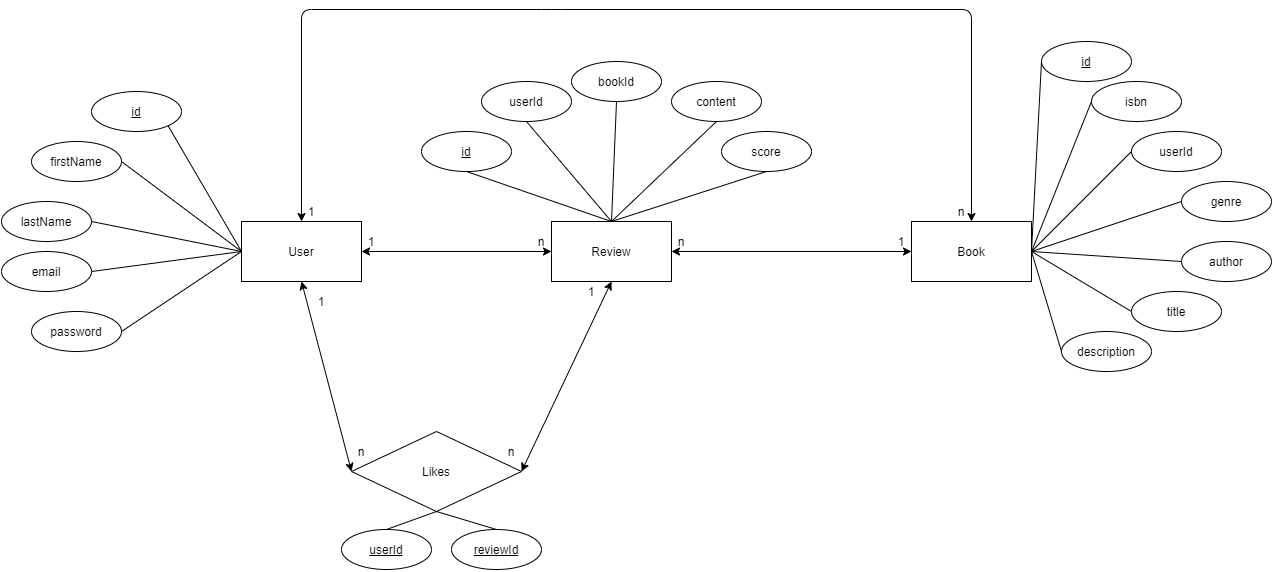
This is E-R_Bookkers.png from Baelfire18/bookkers-backend, a draw.io export, as it was before one commit. Source tidied: cells renumbered, new cells last; positions are measured from the earlier drawing's top-left corner, leaving out a move shared by most shapes.
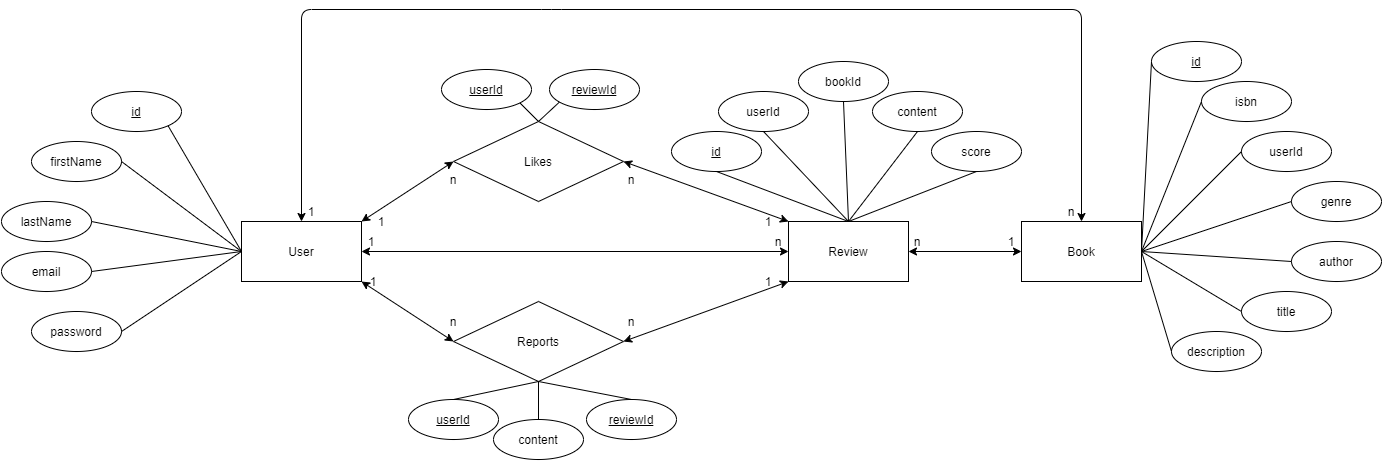
After the change.

Change to the diagram source:
```diff
@@ -6,13 +6,13 @@
       <mxGeometry x="240" y="212" width="120" height="60" as="geometry" />
     </mxCell>
     <mxCell id="3" value="Book" style="rounded=0;whiteSpace=wrap;html=1;" parent="1" vertex="1">
-      <mxGeometry x="910" y="212" width="120" height="60" as="geometry" />
+      <mxGeometry x="1020" y="212" width="120" height="60" as="geometry" />
     </mxCell>
     <mxCell id="4" value="Review" style="rounded=0;whiteSpace=wrap;html=1;" parent="1" vertex="1">
-      <mxGeometry x="550" y="212" width="120" height="60" as="geometry" />
+      <mxGeometry x="787" y="212" width="120" height="60" as="geometry" />
     </mxCell>
     <mxCell id="5" value="Likes" style="rhombus;whiteSpace=wrap;html=1;" parent="1" vertex="1">
-      <mxGeometry x="350" y="422" width="170" height="80" as="geometry" />
+      <mxGeometry x="452" y="112" width="170" height="80" as="geometry" />
     </mxCell>
     <mxCell id="6" style="endArrow=classic;startArrow=classic;html=1;entryX=0;entryY=0.5;entryDx=0;entryDy=0;exitX=1;exitY=0.5;exitDx=0;exitDy=0;" parent="1" edge="1" source="2" target="4">
       <mxGeometry relative="1" as="geometry" />
@@ -20,10 +20,10 @@
     <mxCell id="7" style="endArrow=classic;startArrow=classic;html=1;entryX=0;entryY=0.5;entryDx=0;entryDy=0;exitX=1;exitY=0.5;exitDx=0;exitDy=0;" parent="1" edge="1" source="4" target="3">
       <mxGeometry relative="1" as="geometry" />
     </mxCell>
-    <mxCell id="8" style="endArrow=classic;startArrow=classic;html=1;entryX=0.5;entryY=1;entryDx=0;entryDy=0;exitX=0;exitY=0.5;exitDx=0;exitDy=0;" parent="1" edge="1" source="5" target="2">
+    <mxCell id="8" style="endArrow=classic;startArrow=classic;html=1;entryX=1;entryY=0;entryDx=0;entryDy=0;exitX=0;exitY=0.5;exitDx=0;exitDy=0;" parent="1" edge="1" source="5" target="2">
       <mxGeometry relative="1" as="geometry" />
     </mxCell>
-    <mxCell id="9" style="endArrow=classic;startArrow=classic;html=1;exitX=1;exitY=0.5;exitDx=0;exitDy=0;entryX=0.5;entryY=1;entryDx=0;entryDy=0;" parent="1" edge="1" source="5" target="4">
+    <mxCell id="9" style="endArrow=classic;startArrow=classic;html=1;exitX=1;exitY=0.5;exitDx=0;exitDy=0;entryX=0;entryY=0;entryDx=0;entryDy=0;" parent="1" edge="1" source="5" target="4">
       <mxGeometry relative="1" as="geometry" />
     </mxCell>
     <mxCell id="10" value="&lt;u&gt;id&lt;/u&gt;" style="ellipse;whiteSpace=wrap;html=1;" parent="1" vertex="1">
@@ -42,7 +42,7 @@
       <mxGeometry x="30" y="302" width="90" height="40" as="geometry" />
     </mxCell>
     <mxCell id="15" value="&lt;u&gt;id&lt;/u&gt;" style="ellipse;whiteSpace=wrap;html=1;" parent="1" vertex="1">
-      <mxGeometry x="1040" y="32" width="90" height="40" as="geometry" />
+      <mxGeometry x="1150" y="32" width="90" height="40" as="geometry" />
     </mxCell>
     <mxCell id="16" style="endArrow=none;html=1;entryX=1;entryY=1;entryDx=0;entryDy=0;exitX=0;exitY=0.5;exitDx=0;exitDy=0;" parent="1" edge="1" source="2" target="10">
       <mxGeometry relative="1" as="geometry" />
@@ -50,16 +50,14 @@
     <mxCell id="17" style="endArrow=none;html=1;entryX=1;entryY=0.5;entryDx=0;entryDy=0;exitX=0;exitY=0.5;exitDx=0;exitDy=0;" parent="1" edge="1" source="2" target="11">
       <mxGeometry relative="1" as="geometry" />
     </mxCell>
-    <mxCell id="18" style="endArrow=none;html=1;entryX=0.5;entryY=1;entryDx=0;entryDy=0;exitX=0.5;exitY=0;exitDx=0;exitDy=0;" parent="1" edge="1" source="44" target="5">
+    <mxCell id="18" style="endArrow=none;html=1;entryX=0.5;entryY=0;entryDx=0;entryDy=0;exitX=0.5;exitY=0;exitDx=0;exitDy=0;" parent="1" edge="1" source="44" target="5">
       <mxGeometry relative="1" as="geometry" />
     </mxCell>
-    <mxCell id="19" style="endArrow=none;html=1;exitX=0.5;exitY=0;exitDx=0;exitDy=0;entryX=0.5;entryY=1;entryDx=0;entryDy=0;" parent="1" edge="1" source="43" target="5">
+    <mxCell id="19" style="endArrow=none;html=1;exitX=0.5;exitY=0;exitDx=0;exitDy=0;entryX=0.5;entryY=0;entryDx=0;entryDy=0;" parent="1" edge="1" source="43" target="5">
       <mxGeometry relative="1" as="geometry" />
     </mxCell>
-    <mxCell id="20" style="endArrow=none;html=1;entryX=0.5;entryY=1;entryDx=0;entryDy=0;" parent="1" edge="1" target="27">
-      <mxGeometry relative="1" as="geometry">
-        <mxPoint x="610" y="212" as="sourcePoint" />
-      </mxGeometry>
+    <mxCell id="20" style="endArrow=none;html=1;entryX=0.5;entryY=1;entryDx=0;entryDy=0;exitX=0.5;exitY=0;exitDx=0;exitDy=0;" parent="1" edge="1" source="4" target="27">
+      <mxGeometry relative="1" as="geometry" />
     </mxCell>
     <mxCell id="21" style="endArrow=none;html=1;exitX=0;exitY=0.5;exitDx=0;exitDy=0;entryX=1;entryY=0.5;entryDx=0;entryDy=0;" parent="1" edge="1" source="2" target="14">
       <mxGeometry relative="1" as="geometry" />
@@ -76,16 +74,16 @@
       <mxGeometry relative="1" as="geometry" />
     </mxCell>
     <mxCell id="25" value="bookId" style="ellipse;whiteSpace=wrap;html=1;" parent="1" vertex="1">
-      <mxGeometry x="570" y="52" width="90" height="40" as="geometry" />
+      <mxGeometry x="797" y="52" width="90" height="40" as="geometry" />
     </mxCell>
     <mxCell id="26" value="userId" style="ellipse;whiteSpace=wrap;html=1;" parent="1" vertex="1">
-      <mxGeometry x="480" y="72" width="90" height="40" as="geometry" />
+      <mxGeometry x="717" y="82" width="90" height="40" as="geometry" />
     </mxCell>
     <mxCell id="27" value="content" style="ellipse;whiteSpace=wrap;html=1;" parent="1" vertex="1">
-      <mxGeometry x="670" y="72" width="90" height="40" as="geometry" />
+      <mxGeometry x="871" y="82" width="90" height="40" as="geometry" />
     </mxCell>
     <mxCell id="28" value="score" style="ellipse;whiteSpace=wrap;html=1;" parent="1" vertex="1">
-      <mxGeometry x="720" y="122" width="90" height="40" as="geometry" />
+      <mxGeometry x="930" y="122" width="90" height="40" as="geometry" />
     </mxCell>
     <mxCell id="29" style="endArrow=none;html=1;exitX=0.5;exitY=0;exitDx=0;exitDy=0;entryX=0.5;entryY=1;entryDx=0;entryDy=0;" parent="1" edge="1" source="4" target="28">
       <mxGeometry relative="1" as="geometry" />
@@ -97,19 +95,19 @@
       <mxGeometry relative="1" as="geometry" />
     </mxCell>
     <mxCell id="32" value="genre" style="ellipse;whiteSpace=wrap;html=1;" parent="1" vertex="1">
-      <mxGeometry x="1180" y="172" width="90" height="40" as="geometry" />
+      <mxGeometry x="1290" y="172" width="90" height="40" as="geometry" />
     </mxCell>
     <mxCell id="33" value="author" style="ellipse;whiteSpace=wrap;html=1;" parent="1" vertex="1">
-      <mxGeometry x="1180" y="232" width="90" height="40" as="geometry" />
+      <mxGeometry x="1290" y="232" width="90" height="40" as="geometry" />
     </mxCell>
     <mxCell id="34" value="title" style="ellipse;whiteSpace=wrap;html=1;" parent="1" vertex="1">
-      <mxGeometry x="1130" y="282" width="90" height="40" as="geometry" />
+      <mxGeometry x="1240" y="282" width="90" height="40" as="geometry" />
     </mxCell>
     <mxCell id="35" value="description" style="ellipse;whiteSpace=wrap;html=1;" parent="1" vertex="1">
-      <mxGeometry x="1060" y="322" width="90" height="40" as="geometry" />
+      <mxGeometry x="1170" y="322" width="90" height="40" as="geometry" />
     </mxCell>
     <mxCell id="36" value="userId" style="ellipse;whiteSpace=wrap;html=1;" parent="1" vertex="1">
-      <mxGeometry x="1130" y="122" width="90" height="40" as="geometry" />
+      <mxGeometry x="1240" y="122" width="90" height="40" as="geometry" />
     </mxCell>
     <mxCell id="37" style="endArrow=none;html=1;exitX=0;exitY=0.5;exitDx=0;exitDy=0;entryX=1;entryY=0.5;entryDx=0;entryDy=0;" parent="1" edge="1" source="15" target="3">
       <mxGeometry relative="1" as="geometry" />
@@ -117,11 +115,15 @@
     <mxCell id="38" style="endArrow=none;html=1;exitX=0;exitY=0.5;exitDx=0;exitDy=0;entryX=1;entryY=0.5;entryDx=0;entryDy=0;" parent="1" edge="1" source="36" target="3">
       <mxGeometry relative="1" as="geometry" />
     </mxCell>
-    <mxCell id="39" style="endArrow=none;html=1;exitX=0;exitY=0.5;exitDx=0;exitDy=0;entryX=1;entryY=0.5;entryDx=0;entryDy=0;" parent="1" edge="1" source="32" target="3">
-      <mxGeometry relative="1" as="geometry" />
+    <mxCell id="39" style="endArrow=none;html=1;exitX=0;exitY=0.5;exitDx=0;exitDy=0;entryX=1;entryY=0.5;entryDx=0;entryDy=0;" parent="1" edge="1" target="3">
+      <mxGeometry relative="1" as="geometry">
+        <mxPoint x="1290" y="192" as="sourcePoint" />
+      </mxGeometry>
     </mxCell>
-    <mxCell id="40" style="endArrow=none;html=1;exitX=0;exitY=0.5;exitDx=0;exitDy=0;entryX=1;entryY=0.5;entryDx=0;entryDy=0;" parent="1" edge="1" source="33" target="3">
-      <mxGeometry relative="1" as="geometry" />
+    <mxCell id="40" style="endArrow=none;html=1;exitX=0;exitY=0.5;exitDx=0;exitDy=0;entryX=1;entryY=0.5;entryDx=0;entryDy=0;" parent="1" edge="1" target="3">
+      <mxGeometry relative="1" as="geometry">
+        <mxPoint x="1290" y="252" as="sourcePoint" />
+      </mxGeometry>
     </mxCell>
     <mxCell id="41" style="endArrow=none;html=1;exitX=0;exitY=0.5;exitDx=0;exitDy=0;entryX=1;entryY=0.5;entryDx=0;entryDy=0;" parent="1" edge="1" source="34" target="3">
       <mxGeometry relative="1" as="geometry" />
@@ -130,47 +132,47 @@
       <mxGeometry relative="1" as="geometry" />
     </mxCell>
     <mxCell id="43" value="&lt;u&gt;reviewId&lt;/u&gt;" style="ellipse;whiteSpace=wrap;html=1;" parent="1" vertex="1">
-      <mxGeometry x="450" y="520" width="90" height="40" as="geometry" />
+      <mxGeometry x="548" y="60" width="90" height="40" as="geometry" />
     </mxCell>
     <mxCell id="44" value="&lt;u&gt;userId&lt;/u&gt;" style="ellipse;whiteSpace=wrap;html=1;" parent="1" vertex="1">
-      <mxGeometry x="340" y="520" width="90" height="40" as="geometry" />
+      <mxGeometry x="440" y="60" width="90" height="40" as="geometry" />
     </mxCell>
     <mxCell id="45" value="&lt;u&gt;id&lt;/u&gt;" style="ellipse;whiteSpace=wrap;html=1;" parent="1" vertex="1">
-      <mxGeometry x="420" y="122" width="90" height="40" as="geometry" />
+      <mxGeometry x="670" y="122" width="90" height="40" as="geometry" />
     </mxCell>
     <mxCell id="46" style="endArrow=none;html=1;entryX=0.5;entryY=1;entryDx=0;entryDy=0;exitX=0.5;exitY=0;exitDx=0;exitDy=0;" parent="1" edge="1" source="4" target="45">
       <mxGeometry relative="1" as="geometry" />
     </mxCell>
     <mxCell id="47" value="1" style="text;html=1;strokeColor=none;fillColor=none;align=center;verticalAlign=middle;whiteSpace=wrap;rounded=0;" parent="1" vertex="1">
-      <mxGeometry x="880" y="222" width="40" height="20" as="geometry" />
+      <mxGeometry x="990" y="222" width="40" height="20" as="geometry" />
     </mxCell>
     <mxCell id="48" value="n" style="text;html=1;strokeColor=none;fillColor=none;align=center;verticalAlign=middle;whiteSpace=wrap;rounded=0;" parent="1" vertex="1">
-      <mxGeometry x="660" y="222" width="40" height="20" as="geometry" />
+      <mxGeometry x="896" y="222" width="40" height="20" as="geometry" />
     </mxCell>
     <mxCell id="49" value="1" style="text;html=1;strokeColor=none;fillColor=none;align=center;verticalAlign=middle;whiteSpace=wrap;rounded=0;" parent="1" vertex="1">
       <mxGeometry x="350" y="222" width="40" height="20" as="geometry" />
     </mxCell>
-    <mxCell id="50" value="n" style="text;html=1;strokeColor=none;fillColor=none;align=center;verticalAlign=middle;whiteSpace=wrap;rounded=0;" parent="1" vertex="1">
-      <mxGeometry x="520" y="222" width="40" height="20" as="geometry" />
+    <mxCell id="50" value="1" style="text;html=1;strokeColor=none;fillColor=none;align=center;verticalAlign=middle;whiteSpace=wrap;rounded=0;" parent="1" vertex="1">
+      <mxGeometry x="352" y="262" width="40" height="20" as="geometry" />
     </mxCell>
     <mxCell id="51" value="1" style="text;html=1;strokeColor=none;fillColor=none;align=center;verticalAlign=middle;whiteSpace=wrap;rounded=0;" parent="1" vertex="1">
-      <mxGeometry x="300" y="282" width="40" height="20" as="geometry" />
+      <mxGeometry x="360" y="202" width="40" height="20" as="geometry" />
     </mxCell>
     <mxCell id="52" value="1" style="text;html=1;strokeColor=none;fillColor=none;align=center;verticalAlign=middle;whiteSpace=wrap;rounded=0;" parent="1" vertex="1">
-      <mxGeometry x="570" y="272" width="40" height="20" as="geometry" />
+      <mxGeometry x="747" y="202" width="40" height="20" as="geometry" />
     </mxCell>
     <mxCell id="53" value="n" style="text;html=1;strokeColor=none;fillColor=none;align=center;verticalAlign=middle;whiteSpace=wrap;rounded=0;" parent="1" vertex="1">
-      <mxGeometry x="340" y="432" width="40" height="20" as="geometry" />
+      <mxGeometry x="432" y="160" width="40" height="20" as="geometry" />
     </mxCell>
     <mxCell id="54" value="n" style="text;html=1;strokeColor=none;fillColor=none;align=center;verticalAlign=middle;whiteSpace=wrap;rounded=0;" parent="1" vertex="1">
-      <mxGeometry x="490" y="432" width="40" height="20" as="geometry" />
+      <mxGeometry x="610" y="160" width="40" height="20" as="geometry" />
     </mxCell>
     <mxCell id="55" style="endArrow=classic;startArrow=classic;html=1;entryX=0.5;entryY=0;entryDx=0;entryDy=0;exitX=0.5;exitY=0;exitDx=0;exitDy=0;" parent="1" edge="1" source="2" target="3">
       <mxGeometry relative="1" as="geometry">
         <Array as="points">
           <mxPoint x="300" />
           <mxPoint x="550" />
-          <mxPoint x="970" />
+          <mxPoint x="1080" />
         </Array>
       </mxGeometry>
     </mxCell>
@@ -178,13 +180,52 @@
       <mxGeometry x="290" y="192" width="40" height="20" as="geometry" />
     </mxCell>
     <mxCell id="57" value="n" style="text;html=1;strokeColor=none;fillColor=none;align=center;verticalAlign=middle;whiteSpace=wrap;rounded=0;" parent="1" vertex="1">
-      <mxGeometry x="940" y="192" width="40" height="20" as="geometry" />
+      <mxGeometry x="1050" y="192" width="40" height="20" as="geometry" />
     </mxCell>
     <mxCell id="58" value="isbn" style="ellipse;whiteSpace=wrap;html=1;" parent="1" vertex="1">
-      <mxGeometry x="1090" y="72" width="90" height="40" as="geometry" />
+      <mxGeometry x="1200" y="72" width="90" height="40" as="geometry" />
     </mxCell>
     <mxCell id="59" style="endArrow=none;html=1;entryX=0;entryY=0.5;entryDx=0;entryDy=0;exitX=1;exitY=0.5;exitDx=0;exitDy=0;" parent="1" edge="1" source="3" target="58">
       <mxGeometry relative="1" as="geometry" />
     </mxCell>
+    <mxCell id="60" value="Reports" style="rhombus;whiteSpace=wrap;html=1;" parent="1" vertex="1">
+      <mxGeometry x="452" y="292" width="170" height="80" as="geometry" />
+    </mxCell>
+    <mxCell id="61" style="endArrow=none;html=1;entryX=0.5;entryY=1;entryDx=0;entryDy=0;exitX=0.5;exitY=0;exitDx=0;exitDy=0;" parent="1" edge="1" source="64" target="60">
+      <mxGeometry relative="1" as="geometry" />
+    </mxCell>
+    <mxCell id="62" style="endArrow=none;html=1;exitX=0.5;exitY=0;exitDx=0;exitDy=0;entryX=0.5;entryY=1;entryDx=0;entryDy=0;" parent="1" edge="1" source="63" target="60">
+      <mxGeometry relative="1" as="geometry" />
+    </mxCell>
+    <mxCell id="63" value="&lt;u&gt;reviewId&lt;/u&gt;" style="ellipse;whiteSpace=wrap;html=1;" parent="1" vertex="1">
+      <mxGeometry x="585" y="390" width="90" height="40" as="geometry" />
+    </mxCell>
+    <mxCell id="64" value="&lt;u&gt;userId&lt;/u&gt;" style="ellipse;whiteSpace=wrap;html=1;" parent="1" vertex="1">
+      <mxGeometry x="407" y="390" width="90" height="40" as="geometry" />
+    </mxCell>
+    <mxCell id="65" value="n" style="text;html=1;strokeColor=none;fillColor=none;align=center;verticalAlign=middle;whiteSpace=wrap;rounded=0;" parent="1" vertex="1">
+      <mxGeometry x="610" y="302" width="40" height="20" as="geometry" />
+    </mxCell>
+    <mxCell id="66" value="n" style="text;html=1;strokeColor=none;fillColor=none;align=center;verticalAlign=middle;whiteSpace=wrap;rounded=0;" parent="1" vertex="1">
+      <mxGeometry x="432" y="302" width="40" height="20" as="geometry" />
+    </mxCell>
+    <mxCell id="67" style="endArrow=none;html=1;entryX=0.5;entryY=1;entryDx=0;entryDy=0;exitX=0.5;exitY=0;exitDx=0;exitDy=0;" parent="1" edge="1" source="68" target="60">
+      <mxGeometry relative="1" as="geometry" />
+    </mxCell>
+    <mxCell id="68" value="content" style="ellipse;whiteSpace=wrap;html=1;" parent="1" vertex="1">
+      <mxGeometry x="492" y="410" width="90" height="40" as="geometry" />
+    </mxCell>
+    <mxCell id="69" style="endArrow=classic;startArrow=classic;html=1;entryX=1;entryY=1;entryDx=0;entryDy=0;exitX=0;exitY=0.5;exitDx=0;exitDy=0;" parent="1" edge="1" source="60" target="2">
+      <mxGeometry relative="1" as="geometry" />
+    </mxCell>
+    <mxCell id="70" style="endArrow=classic;startArrow=classic;html=1;exitX=1;exitY=0.5;exitDx=0;exitDy=0;entryX=0;entryY=1;entryDx=0;entryDy=0;" parent="1" edge="1" source="60" target="4">
+      <mxGeometry relative="1" as="geometry" />
+    </mxCell>
+    <mxCell id="71" value="1" style="text;html=1;strokeColor=none;fillColor=none;align=center;verticalAlign=middle;whiteSpace=wrap;rounded=0;" parent="1" vertex="1">
+      <mxGeometry x="747" y="262" width="40" height="20" as="geometry" />
+    </mxCell>
+    <mxCell id="72" value="n" style="text;html=1;strokeColor=none;fillColor=none;align=center;verticalAlign=middle;whiteSpace=wrap;rounded=0;" parent="1" vertex="1">
+      <mxGeometry x="757" y="222" width="40" height="20" as="geometry" />
+    </mxCell>
   </root>
 </mxGraphModel>
```
